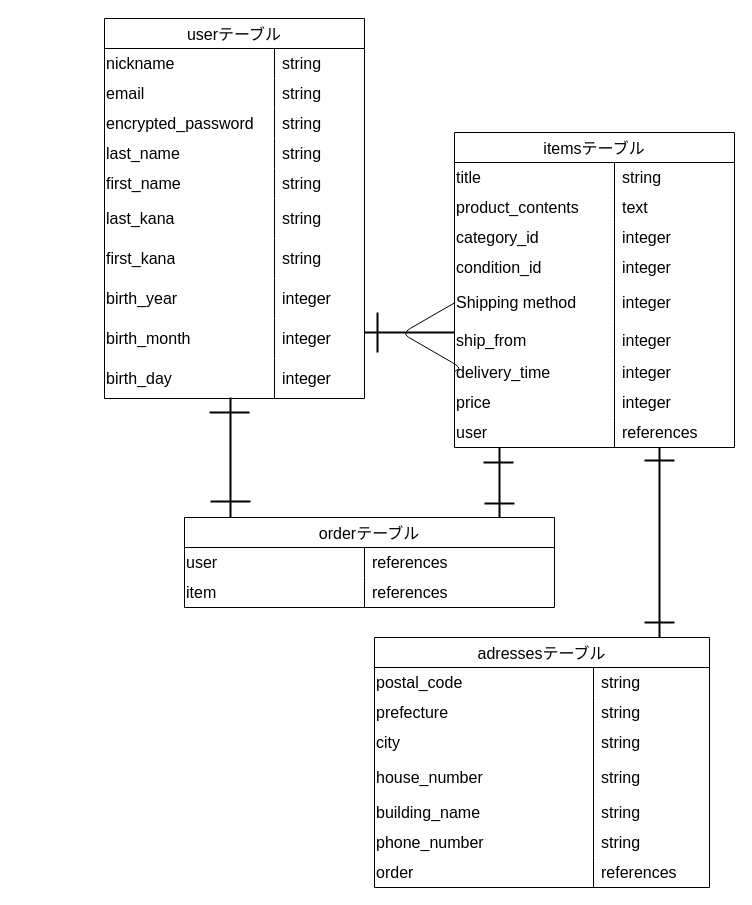
Above: er.dio in hanari196/furima-42504 (draw.io), before the change. Source tidied: cells renumbered, new cells numbered last; positions are measured from the earlier drawing's top-left corner, leaving out a move shared by most shapes. Both pictures are drawn from the tidied source at 100%, with x=0, y=0 at pixel (104, 18).
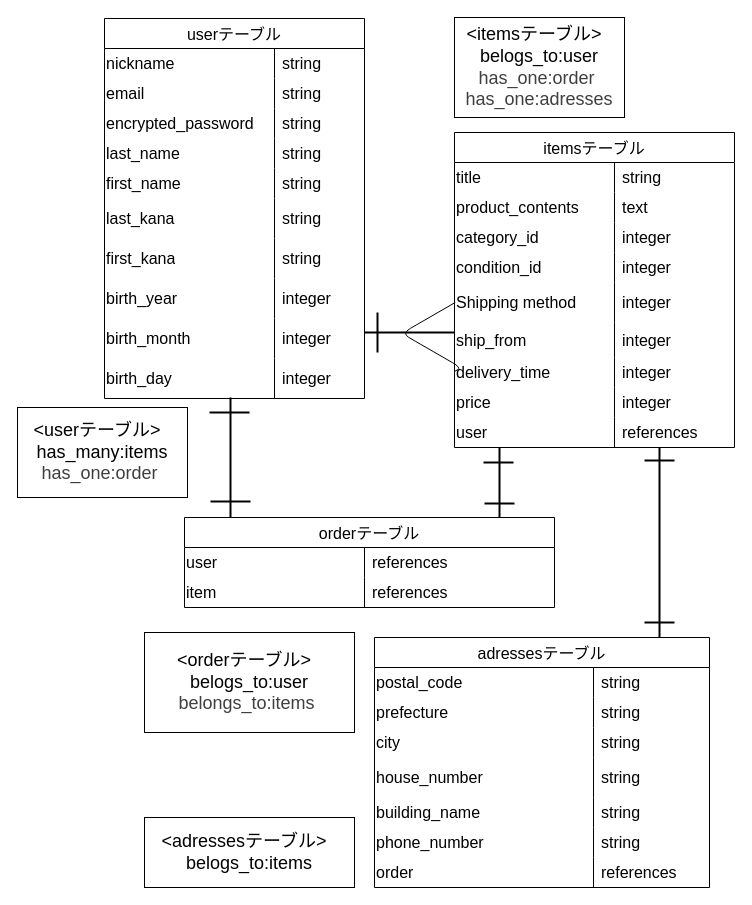
The same page after the edit.

Change to the diagram source:
```diff
@@
+    <mxCell id="102" value="&lt;font style=&quot;font-size: 18px;&quot;&gt;&amp;lt;userテーブル&amp;gt;&lt;/font&gt;&lt;span style=&quot;color: rgb(63, 63, 63); font-size: 18px; background-color: transparent;&quot;&gt;&amp;nbsp;&amp;nbsp;&lt;/span&gt;&lt;div&gt;&lt;div&gt;&lt;span style=&quot;font-size: 18px;&quot;&gt;has_many:items&lt;/span&gt;&lt;/div&gt;&lt;/div&gt;&lt;div&gt;&lt;span style=&quot;color: rgb(63, 63, 63); font-size: 18px;&quot;&gt;has_one:order&amp;nbsp;&lt;/span&gt;&lt;span style=&quot;font-size: 18px;&quot;&gt;&lt;/span&gt;&lt;/div&gt;" style="rounded=0;whiteSpace=wrap;html=1;" parent="1" vertex="1">
+      <mxGeometry x="-87" y="389" width="170" height="90" as="geometry" />
+    </mxCell>
+    <mxCell id="103" value="&lt;font style=&quot;font-size: 18px;&quot;&gt;&amp;lt;itemsテーブル&amp;gt;&lt;/font&gt;&lt;span style=&quot;color: rgb(63, 63, 63); font-size: 18px; background-color: transparent;&quot;&gt;&amp;nbsp;&amp;nbsp;&lt;/span&gt;&lt;div&gt;&lt;div&gt;&lt;span style=&quot;font-size: 18px;&quot;&gt;belogs_to:user&lt;/span&gt;&lt;/div&gt;&lt;/div&gt;&lt;div&gt;&lt;span style=&quot;color: rgb(63, 63, 63); font-size: 18px;&quot;&gt;has_one:order&amp;nbsp;&lt;/span&gt;&lt;span style=&quot;font-size: 18px;&quot;&gt;&lt;/span&gt;&lt;/div&gt;&lt;div&gt;&lt;span style=&quot;color: rgb(63, 63, 63); font-size: 18px;&quot;&gt;has_one:adresses&lt;/span&gt;&lt;/div&gt;" style="rounded=0;whiteSpace=wrap;html=1;" parent="1" vertex="1">
+      <mxGeometry x="350" y="-1" width="170" height="100" as="geometry" />
+    </mxCell>
+    <mxCell id="104" value="&lt;font style=&quot;font-size: 18px;&quot;&gt;&amp;lt;adressesテーブル&amp;gt;&lt;/font&gt;&lt;span style=&quot;color: rgb(63, 63, 63); font-size: 18px; background-color: transparent;&quot;&gt;&amp;nbsp;&amp;nbsp;&lt;/span&gt;&lt;div&gt;&lt;div&gt;&lt;span style=&quot;font-size: 18px;&quot;&gt;belogs_to:items&lt;/span&gt;&lt;/div&gt;&lt;/div&gt;" style="rounded=0;whiteSpace=wrap;html=1;" parent="1" vertex="1">
+      <mxGeometry x="40" y="799" width="210" height="70" as="geometry" />
+    </mxCell>
+    <mxCell id="105" value="&lt;font style=&quot;font-size: 18px;&quot;&gt;&amp;lt;orderテーブル&amp;gt;&lt;/font&gt;&lt;span style=&quot;color: rgb(63, 63, 63); font-size: 18px; background-color: transparent;&quot;&gt;&amp;nbsp;&amp;nbsp;&lt;/span&gt;&lt;div&gt;&lt;div&gt;&lt;span style=&quot;font-size: 18px;&quot;&gt;belogs_to:user&lt;/span&gt;&lt;/div&gt;&lt;/div&gt;&lt;div&gt;&lt;span style=&quot;color: rgb(63, 63, 63); font-size: 18px;&quot;&gt;belongs_to:items&amp;nbsp;&lt;/span&gt;&lt;/div&gt;" style="rounded=0;whiteSpace=wrap;html=1;" parent="1" vertex="1">
+      <mxGeometry x="40" y="614" width="210" height="100" as="geometry" />
+    </mxCell>
```
